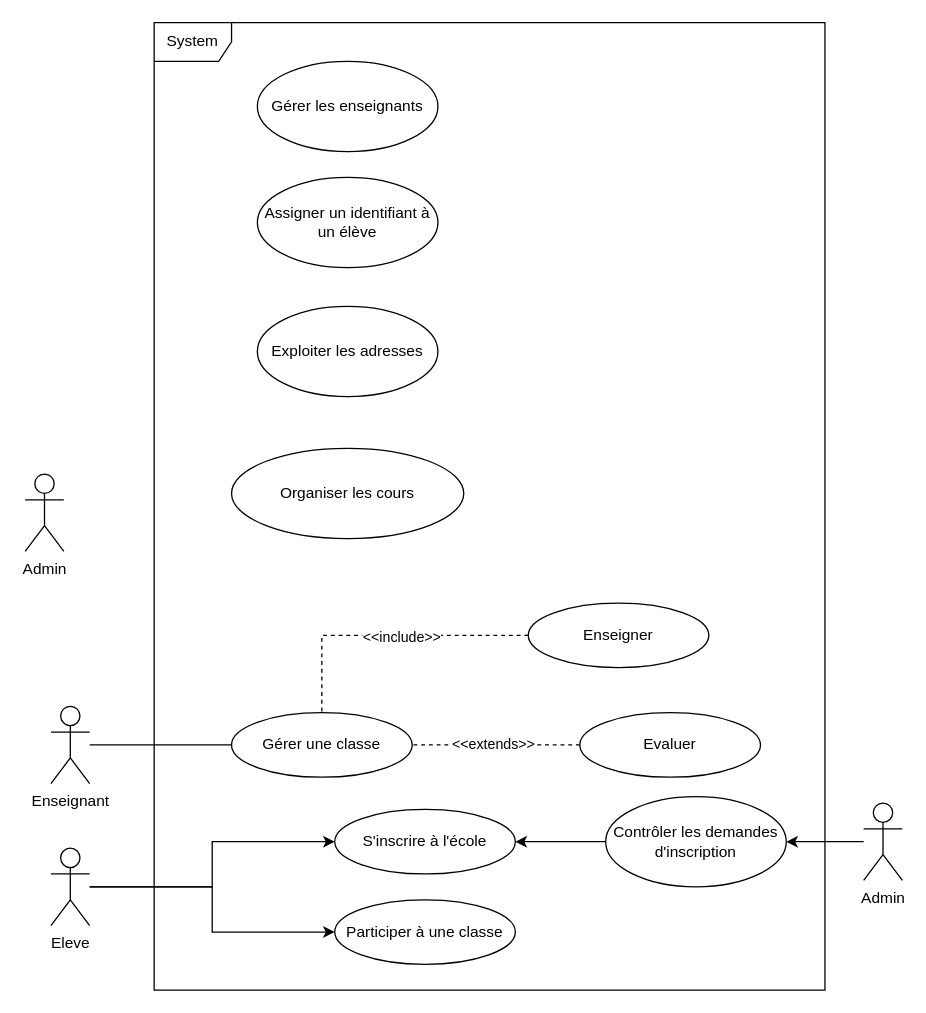
Tryny8/Draw.io_App keeps this draw.io diagram as Diagramme sans nom.drawio. Above is the earlier version. Source tidied: cells renumbered, new cells numbered last; positions are measured from the earlier drawing's top-left corner, leaving out a move shared by most shapes. Both pictures are drawn from the tidied source at 129%, with x=0, y=0 at pixel (25, 22).
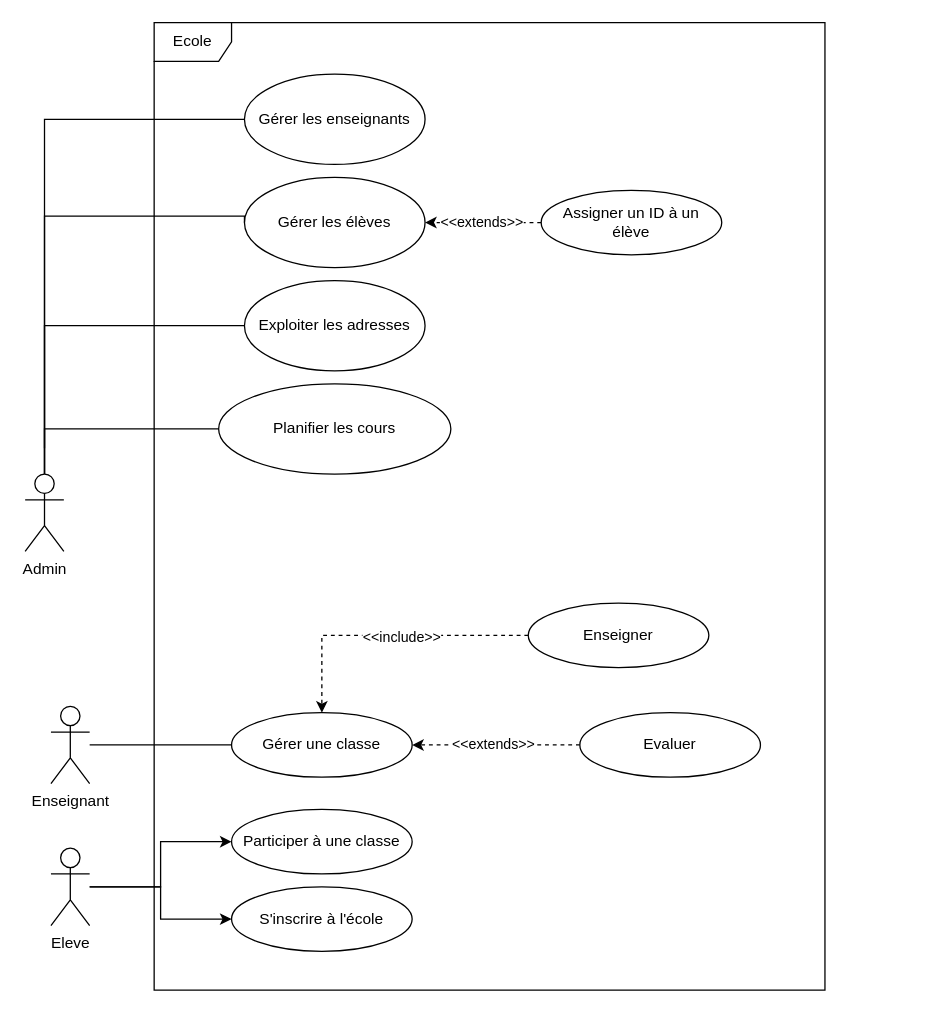
The same page after the edit.

Commit message:
Import_toki

Unchanged cells that the change refers to:
```xml
<mxCell id="9" value="Gérer une classe" style="ellipse;whiteSpace=wrap;html=1;" parent="1" vertex="1">
  <mxGeometry x="160" y="535" width="140" height="50" as="geometry" />
</mxCell>
<mxCell id="22" value="Enseigner" style="ellipse;whiteSpace=wrap;html=1;" parent="1" vertex="1">
  <mxGeometry x="390" y="450" width="140" height="50" as="geometry" />
</mxCell>
<mxCell id="25" value="Evaluer" style="ellipse;whiteSpace=wrap;html=1;" parent="1" vertex="1">
  <mxGeometry x="430" y="535" width="140" height="50" as="geometry" />
</mxCell>
```

The edit, as a diff of the source:
```diff
@@
-    <mxCell id="7" value="System" style="shape=umlFrame;whiteSpace=wrap;html=1;" parent="1" vertex="1">
-      <mxGeometry x="100" width="520" height="750" as="geometry" />
-    </mxCell>
+    <mxCell id="26" value="Ecole" style="shape=umlFrame;whiteSpace=wrap;html=1;" parent="1" vertex="1">
+      <mxGeometry x="100" width="520" height="750" as="geometry" />
+    </mxCell>
     <mxCell id="8" value="Participer à une classe" style="ellipse;whiteSpace=wrap;html=1;" parent="1" vertex="1">
-      <mxGeometry x="240" y="680" width="140" height="50" as="geometry" />
+      <mxGeometry x="160" y="610" width="140" height="50" as="geometry" />
     </mxCell>
@@
     <mxCell id="10" value="Exploiter les adresses" style="ellipse;whiteSpace=wrap;html=1;" parent="1" vertex="1">
-      <mxGeometry x="180" y="220" width="140" height="70" as="geometry" />
+      <mxGeometry x="170" y="200" width="140" height="70" as="geometry" />
     </mxCell>
-    <mxCell id="11" value="Admin" style="shape=umlActor;verticalLabelPosition=bottom;verticalAlign=top;html=1;" parent="1" vertex="1">
-      <mxGeometry y="350" width="30" height="60" as="geometry" />
-    </mxCell>
-    <mxCell id="12" value="Organiser les cours" style="ellipse;whiteSpace=wrap;html=1;" parent="1" vertex="1">
-      <mxGeometry x="160" y="330" width="180" height="70" as="geometry" />
-    </mxCell>
-    <mxCell id="13" value="Assigner un identifiant à un élève" style="ellipse;whiteSpace=wrap;html=1;" parent="1" vertex="1">
-      <mxGeometry x="180" y="120" width="140" height="70" as="geometry" />
-    </mxCell>
+    <mxCell id="27" style="edgeStyle=orthogonalEdgeStyle;rounded=0;jettySize=auto;html=1;endArrow=none;endFill=0;entryX=0;entryY=0.5;entryDx=0;entryDy=0;" parent="1" edge="1" target="10">
+      <mxGeometry relative="1" as="geometry">
+        <mxPoint x="15" y="330" as="sourcePoint" />
+        <Array as="points">
+          <mxPoint x="15" y="235" />
+        </Array>
+      </mxGeometry>
+    </mxCell>
+    <mxCell id="28" value="Admin" style="shape=umlActor;verticalLabelPosition=bottom;verticalAlign=top;html=1;" parent="1" vertex="1">
+      <mxGeometry y="350" width="30" height="60" as="geometry" />
+    </mxCell>
+    <mxCell id="29" value="Planifier les cours" style="ellipse;whiteSpace=wrap;html=1;" parent="1" vertex="1">
+      <mxGeometry x="150" y="280" width="180" height="70" as="geometry" />
+    </mxCell>
+    <mxCell id="30" style="edgeStyle=orthogonalEdgeStyle;rounded=0;jettySize=auto;html=1;endArrow=none;endFill=0;" parent="1" edge="1" source="14" target="28">
+      <mxGeometry relative="1" as="geometry" />
+    </mxCell>
     <mxCell id="14" value="Gérer les enseignants" style="ellipse;whiteSpace=wrap;html=1;" parent="1" vertex="1">
-      <mxGeometry x="180" y="30" width="140" height="70" as="geometry" />
+      <mxGeometry x="170" y="40" width="140" height="70" as="geometry" />
     </mxCell>
     <mxCell id="15" value="S'inscrire à l'école" style="ellipse;whiteSpace=wrap;html=1;" parent="1" vertex="1">
-      <mxGeometry x="240" y="610" width="140" height="50" as="geometry" />
+      <mxGeometry x="160" y="670" width="140" height="50" as="geometry" />
     </mxCell>
-    <mxCell id="16" value="Admin" style="shape=umlActor;verticalLabelPosition=bottom;verticalAlign=top;html=1;" parent="1" vertex="1">
-      <mxGeometry x="650" y="605" width="30" height="60" as="geometry" />
-    </mxCell>
-    <mxCell id="17" style="edgeStyle=orthogonalEdgeStyle;rounded=0;jettySize=auto;html=1;" parent="1" edge="1" source="18" target="15">
-      <mxGeometry relative="1" as="geometry" />
-    </mxCell>
-    <mxCell id="18" value="Contrôler les demandes d'inscription" style="ellipse;whiteSpace=wrap;html=1;" parent="1" vertex="1">
-      <mxGeometry x="450" y="600" width="140" height="70" as="geometry" />
-    </mxCell>
-    <mxCell id="19" style="edgeStyle=orthogonalEdgeStyle;rounded=0;jettySize=auto;html=1;" parent="1" edge="1" source="16" target="18">
-      <mxGeometry relative="1" as="geometry" />
-    </mxCell>
-    <mxCell id="20" style="edgeStyle=orthogonalEdgeStyle;rounded=0;jettySize=auto;html=1;dashed=1;endArrow=none;endFill=0;" parent="1" edge="1" source="22" target="9">
+    <mxCell id="20" style="edgeStyle=orthogonalEdgeStyle;rounded=0;jettySize=auto;html=1;dashed=1;endArrow=classic;endFill=1;" parent="1" edge="1" source="22" target="9">
       <mxGeometry relative="1" as="geometry" />
     </mxCell>
@@
-    <mxCell id="23" style="edgeStyle=orthogonalEdgeStyle;rounded=0;jettySize=auto;html=1;dashed=1;endArrow=none;endFill=0;" parent="1" edge="1" source="25" target="9">
+    <mxCell id="23" style="edgeStyle=orthogonalEdgeStyle;rounded=0;jettySize=auto;html=1;dashed=1;endArrow=classic;endFill=1;" parent="1" edge="1" source="25" target="9">
       <mxGeometry relative="1" as="geometry" />
     </mxCell>
-    <mxCell id="24" value="&amp;lt;&amp;lt;extends&amp;gt;&amp;gt;" style="edgeLabel;html=1;align=center;verticalAlign=middle;" parent="23" vertex="1">
-      <mxGeometry x="0.05" y="-1" relative="1" as="geometry" />
-    </mxCell>
+    <mxCell id="31" value="&amp;lt;&amp;lt;extends&amp;gt;&amp;gt;" style="edgeLabel;html=1;align=center;verticalAlign=middle;" parent="23" vertex="1">
+      <mxGeometry x="0.05" y="-1" relative="1" as="geometry" />
+    </mxCell>
@@
+    <mxCell id="32" value="Gérer les élèves" style="ellipse;whiteSpace=wrap;html=1;" parent="1" vertex="1">
+      <mxGeometry x="170" y="120" width="140" height="70" as="geometry" />
+    </mxCell>
+    <mxCell id="33" style="edgeStyle=orthogonalEdgeStyle;rounded=0;jettySize=auto;html=1;entryX=0;entryY=0.5;entryDx=0;entryDy=0;endArrow=none;endFill=0;exitX=0.5;exitY=0;exitDx=0;exitDy=0;exitPerimeter=0;" parent="1" edge="1" source="28" target="32">
+      <mxGeometry relative="1" as="geometry">
+        <Array as="points">
+          <mxPoint x="15" y="150" />
+          <mxPoint x="170" y="150" />
+        </Array>
+      </mxGeometry>
+    </mxCell>
+    <mxCell id="34" value="Assigner un ID à un&lt;div&gt;élève&lt;/div&gt;" style="ellipse;whiteSpace=wrap;html=1;" parent="1" vertex="1">
+      <mxGeometry x="400" y="130" width="140" height="50" as="geometry" />
+    </mxCell>
+    <mxCell id="35" style="edgeStyle=orthogonalEdgeStyle;rounded=0;jettySize=auto;html=1;dashed=1;endArrow=classic;endFill=1;exitX=0;exitY=0.5;exitDx=0;exitDy=0;entryX=1;entryY=0.5;entryDx=0;entryDy=0;" parent="1" edge="1" source="34" target="32">
+      <mxGeometry relative="1" as="geometry" />
+    </mxCell>
+    <mxCell id="36" value="&amp;lt;&amp;lt;extends&amp;gt;&amp;gt;" style="edgeLabel;html=1;align=center;verticalAlign=middle;" parent="35" vertex="1">
+      <mxGeometry x="0.05" y="-1" relative="1" as="geometry" />
+    </mxCell>
+    <mxCell id="37" style="edgeStyle=orthogonalEdgeStyle;rounded=0;jettySize=auto;html=1;endArrow=none;endFill=0;entryX=0;entryY=0.5;entryDx=0;entryDy=0;exitX=0.5;exitY=0;exitDx=0;exitDy=0;exitPerimeter=0;" parent="1" edge="1" source="28" target="29">
+      <mxGeometry relative="1" as="geometry">
+        <Array as="points">
+          <mxPoint x="15" y="315" />
+        </Array>
+      </mxGeometry>
+    </mxCell>
```
